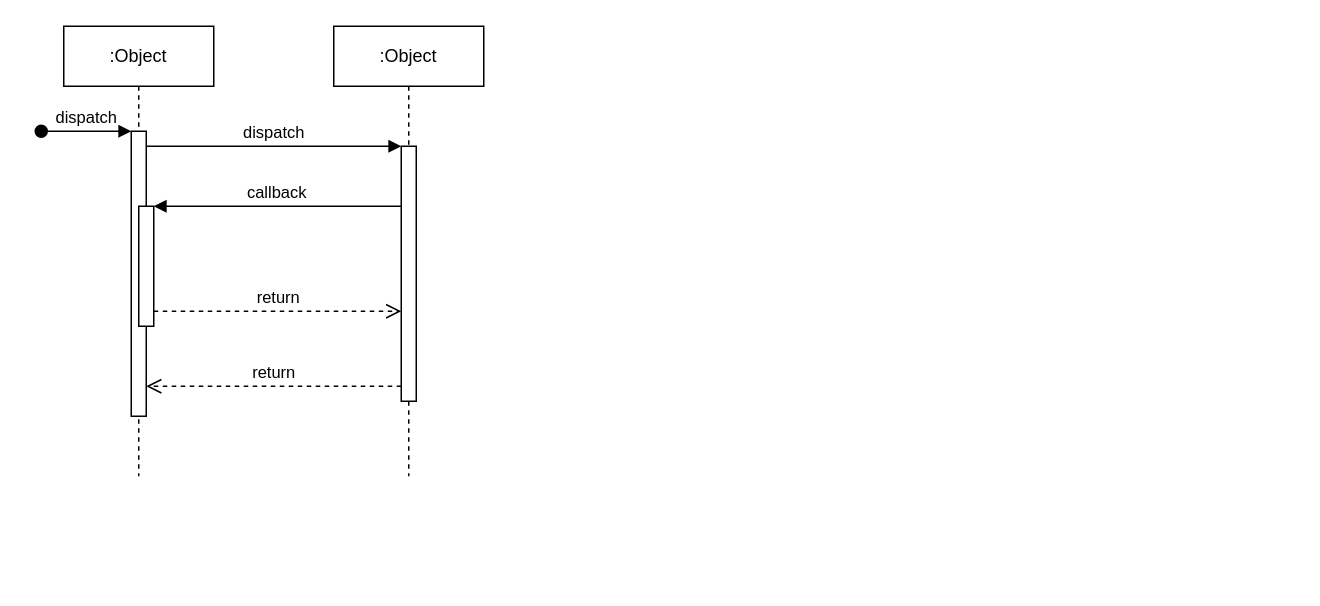
Before: Untitled Diagram.drawio in Akjojo/CRAFTMANSHIP, a draw.io diagram. Source tidied: cells renumbered, new cells numbered last; positions are measured from the earlier drawing's top-left corner, leaving out a move shared by most shapes. Both pictures are drawn from the tidied source at 150%, with x=0, y=0 at pixel (40, 26).
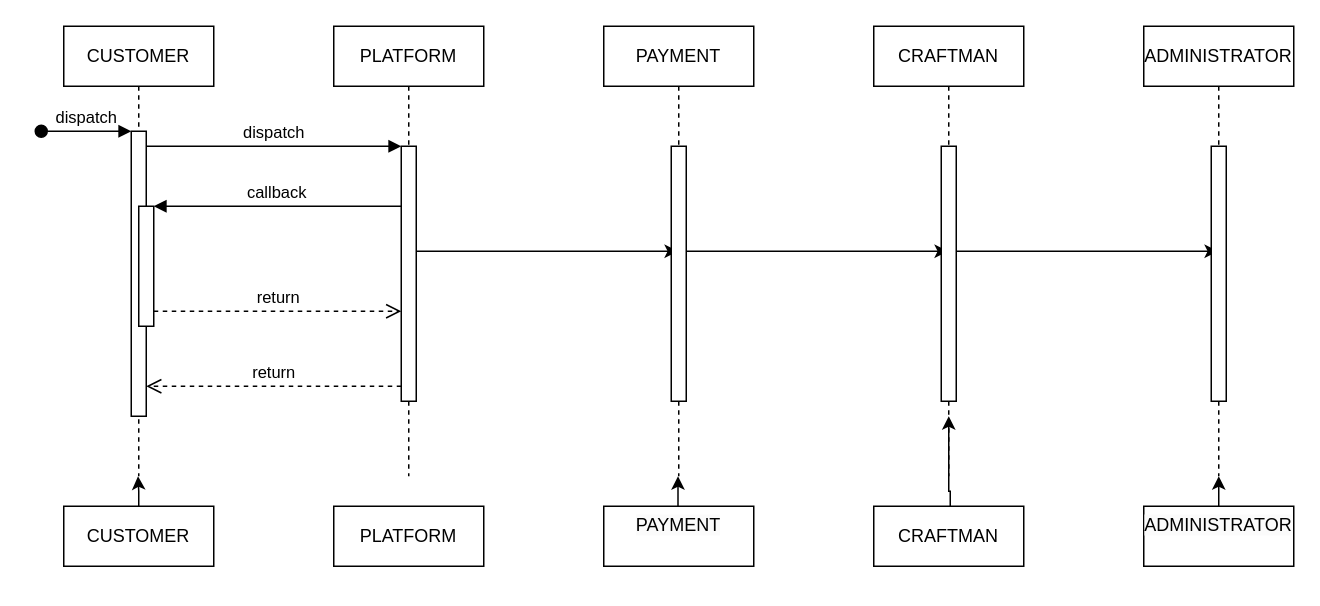
The same page after the edit.

Diff of the diagram source:
```diff
@@
-    <mxCell id="2" value=":Object" style="shape=umlLifeline;perimeter=lifelinePerimeter;whiteSpace=wrap;html=1;outlineConnect=0;portConstraint=eastwest;newEdgeStyle={&quot;edgeStyle&quot;:&quot;elbowEdgeStyle&quot;,&quot;elbow&quot;:&quot;vertical&quot;,&quot;curved&quot;:0,&quot;rounded&quot;:0};" parent="1" vertex="1">
+    <mxCell id="2" value="CUSTOMER" style="shape=umlLifeline;perimeter=lifelinePerimeter;whiteSpace=wrap;html=1;outlineConnect=0;portConstraint=eastwest;newEdgeStyle={&quot;edgeStyle&quot;:&quot;elbowEdgeStyle&quot;,&quot;elbow&quot;:&quot;vertical&quot;,&quot;curved&quot;:0,&quot;rounded&quot;:0};" parent="1" vertex="1">
       <mxGeometry x="15" width="100" height="300" as="geometry" />
     </mxCell>
@@
+    <mxCell id="12" style="edgeStyle=elbowEdgeStyle;rounded=0;jettySize=auto;html=1;elbow=vertical;curved=0;" parent="1" edge="1" source="6" target="14">
+      <mxGeometry relative="1" as="geometry" />
+    </mxCell>
-    <mxCell id="6" value=":Object" style="shape=umlLifeline;perimeter=lifelinePerimeter;whiteSpace=wrap;html=1;outlineConnect=0;portConstraint=eastwest;newEdgeStyle={&quot;edgeStyle&quot;:&quot;elbowEdgeStyle&quot;,&quot;elbow&quot;:&quot;vertical&quot;,&quot;curved&quot;:0,&quot;rounded&quot;:0};" parent="1" vertex="1">
+    <mxCell id="6" value="PLATFORM" style="shape=umlLifeline;perimeter=lifelinePerimeter;whiteSpace=wrap;html=1;outlineConnect=0;portConstraint=eastwest;newEdgeStyle={&quot;edgeStyle&quot;:&quot;elbowEdgeStyle&quot;,&quot;elbow&quot;:&quot;vertical&quot;,&quot;curved&quot;:0,&quot;rounded&quot;:0};" parent="1" vertex="1">
       <mxGeometry x="195" width="100" height="300" as="geometry" />
     </mxCell>
@@
+    <mxCell id="13" style="edgeStyle=elbowEdgeStyle;rounded=0;jettySize=auto;html=1;elbow=vertical;curved=0;" parent="1" edge="1" source="14" target="17">
+      <mxGeometry relative="1" as="geometry" />
+    </mxCell>
+    <mxCell id="14" value="PAYMENT" style="shape=umlLifeline;perimeter=lifelinePerimeter;whiteSpace=wrap;html=1;outlineConnect=0;portConstraint=eastwest;newEdgeStyle={&quot;edgeStyle&quot;:&quot;elbowEdgeStyle&quot;,&quot;elbow&quot;:&quot;vertical&quot;,&quot;curved&quot;:0,&quot;rounded&quot;:0};" parent="1" vertex="1">
+      <mxGeometry x="375" width="100" height="300" as="geometry" />
+    </mxCell>
+    <mxCell id="15" style="html=1;perimeter=orthogonalPerimeter;targetShapes=umlLifeline;newEdgeStyle={&quot;edgeStyle&quot;:&quot;elbowEdgeStyle&quot;,&quot;elbow&quot;:&quot;vertical&quot;,&quot;curved&quot;:0,&quot;rounded&quot;:0};" parent="14" vertex="1">
+      <mxGeometry x="45" y="80" width="10" height="170" as="geometry" />
+    </mxCell>
+    <mxCell id="16" style="edgeStyle=elbowEdgeStyle;rounded=0;jettySize=auto;html=1;elbow=vertical;curved=0;" parent="1" edge="1" source="17" target="19">
+      <mxGeometry relative="1" as="geometry" />
+    </mxCell>
+    <mxCell id="17" value="CRAFTMAN" style="shape=umlLifeline;perimeter=lifelinePerimeter;whiteSpace=wrap;html=1;outlineConnect=0;portConstraint=eastwest;newEdgeStyle={&quot;edgeStyle&quot;:&quot;elbowEdgeStyle&quot;,&quot;elbow&quot;:&quot;vertical&quot;,&quot;curved&quot;:0,&quot;rounded&quot;:0};" parent="1" vertex="1">
+      <mxGeometry x="555" width="100" height="300" as="geometry" />
+    </mxCell>
+    <mxCell id="18" style="html=1;perimeter=orthogonalPerimeter;targetShapes=umlLifeline;newEdgeStyle={&quot;edgeStyle&quot;:&quot;elbowEdgeStyle&quot;,&quot;elbow&quot;:&quot;vertical&quot;,&quot;curved&quot;:0,&quot;rounded&quot;:0};" parent="17" vertex="1">
+      <mxGeometry x="45" y="80" width="10" height="170" as="geometry" />
+    </mxCell>
+    <mxCell id="19" value="ADMINISTRATOR" style="shape=umlLifeline;perimeter=lifelinePerimeter;whiteSpace=wrap;html=1;outlineConnect=0;portConstraint=eastwest;newEdgeStyle={&quot;edgeStyle&quot;:&quot;elbowEdgeStyle&quot;,&quot;elbow&quot;:&quot;vertical&quot;,&quot;curved&quot;:0,&quot;rounded&quot;:0};" parent="1" vertex="1">
+      <mxGeometry x="735" width="100" height="300" as="geometry" />
+    </mxCell>
+    <mxCell id="20" style="html=1;perimeter=orthogonalPerimeter;targetShapes=umlLifeline;newEdgeStyle={&quot;edgeStyle&quot;:&quot;elbowEdgeStyle&quot;,&quot;elbow&quot;:&quot;vertical&quot;,&quot;curved&quot;:0,&quot;rounded&quot;:0};" parent="19" vertex="1">
+      <mxGeometry x="45" y="80" width="10" height="170" as="geometry" />
+    </mxCell>
+    <mxCell id="21" style="edgeStyle=orthogonalEdgeStyle;rounded=0;jettySize=auto;html=1;" parent="1" edge="1" source="22" target="2">
+      <mxGeometry relative="1" as="geometry">
+        <Array as="points">
+          <mxPoint x="65" y="310" />
+        </Array>
+      </mxGeometry>
+    </mxCell>
+    <mxCell id="22" value="CUSTOMER" style="rounded=0;whiteSpace=wrap;html=1;" parent="1" vertex="1">
+      <mxGeometry x="15" y="320" width="100" height="40" as="geometry" />
+    </mxCell>
+    <mxCell id="23" value="PLATFORM" style="rounded=0;whiteSpace=wrap;html=1;" parent="1" vertex="1">
+      <mxGeometry x="195" y="320" width="100" height="40" as="geometry" />
+    </mxCell>
+    <mxCell id="24" value="&#10;&lt;span style=&quot;color: rgb(0, 0, 0); font-family: Helvetica; font-size: 12px; font-style: normal; font-variant-ligatures: normal; font-variant-caps: normal; font-weight: 400; letter-spacing: normal; orphans: 2; text-align: center; text-indent: 0px; text-transform: none; widows: 2; word-spacing: 0px; -webkit-text-stroke-width: 0px; white-space: normal; background-color: rgb(251, 251, 251); text-decoration-thickness: initial; text-decoration-style: initial; text-decoration-color: initial; display: inline !important; float: none;&quot;&gt;PAYMENT&lt;/span&gt;&#10;&#10;" style="rounded=0;whiteSpace=wrap;html=1;" parent="1" vertex="1">
+      <mxGeometry x="375" y="320" width="100" height="40" as="geometry" />
+    </mxCell>
+    <mxCell id="25" style="edgeStyle=orthogonalEdgeStyle;rounded=0;orthogonalLoop=1;jettySize=auto;html=1;" parent="1" edge="1">
+      <mxGeometry relative="1" as="geometry">
+        <mxPoint x="605" y="360" as="sourcePoint" />
+        <mxPoint x="605" y="260" as="targetPoint" />
+        <Array as="points">
+          <mxPoint x="606" y="360" />
+          <mxPoint x="606" y="310" />
+          <mxPoint x="605" y="310" />
+        </Array>
+      </mxGeometry>
+    </mxCell>
+    <mxCell id="26" value="CRAFTMAN" style="rounded=0;whiteSpace=wrap;html=1;" parent="1" vertex="1">
+      <mxGeometry x="555" y="320" width="100" height="40" as="geometry" />
+    </mxCell>
+    <mxCell id="27" style="edgeStyle=orthogonalEdgeStyle;rounded=0;jettySize=auto;html=1;" parent="1" edge="1" source="28">
+      <mxGeometry relative="1" as="geometry">
+        <mxPoint x="785" y="300" as="targetPoint" />
+      </mxGeometry>
+    </mxCell>
+    <mxCell id="28" value="&#10;&lt;span style=&quot;color: rgb(0, 0, 0); font-family: Helvetica; font-size: 12px; font-style: normal; font-variant-ligatures: normal; font-variant-caps: normal; font-weight: 400; letter-spacing: normal; orphans: 2; text-align: center; text-indent: 0px; text-transform: none; widows: 2; word-spacing: 0px; -webkit-text-stroke-width: 0px; white-space: normal; background-color: rgb(251, 251, 251); text-decoration-thickness: initial; text-decoration-style: initial; text-decoration-color: initial; display: inline !important; float: none;&quot;&gt;ADMINISTRATOR&lt;/span&gt;&#10;&#10;" style="rounded=0;whiteSpace=wrap;html=1;" parent="1" vertex="1">
+      <mxGeometry x="735" y="320" width="100" height="40" as="geometry" />
+    </mxCell>
+    <mxCell id="29" style="edgeStyle=orthogonalEdgeStyle;rounded=0;jettySize=auto;html=1;" parent="1" edge="1" source="24" target="14">
+      <mxGeometry relative="1" as="geometry">
+        <Array as="points">
+          <mxPoint x="415" y="260" />
+          <mxPoint x="415" y="260" />
+        </Array>
+      </mxGeometry>
+    </mxCell>
```
